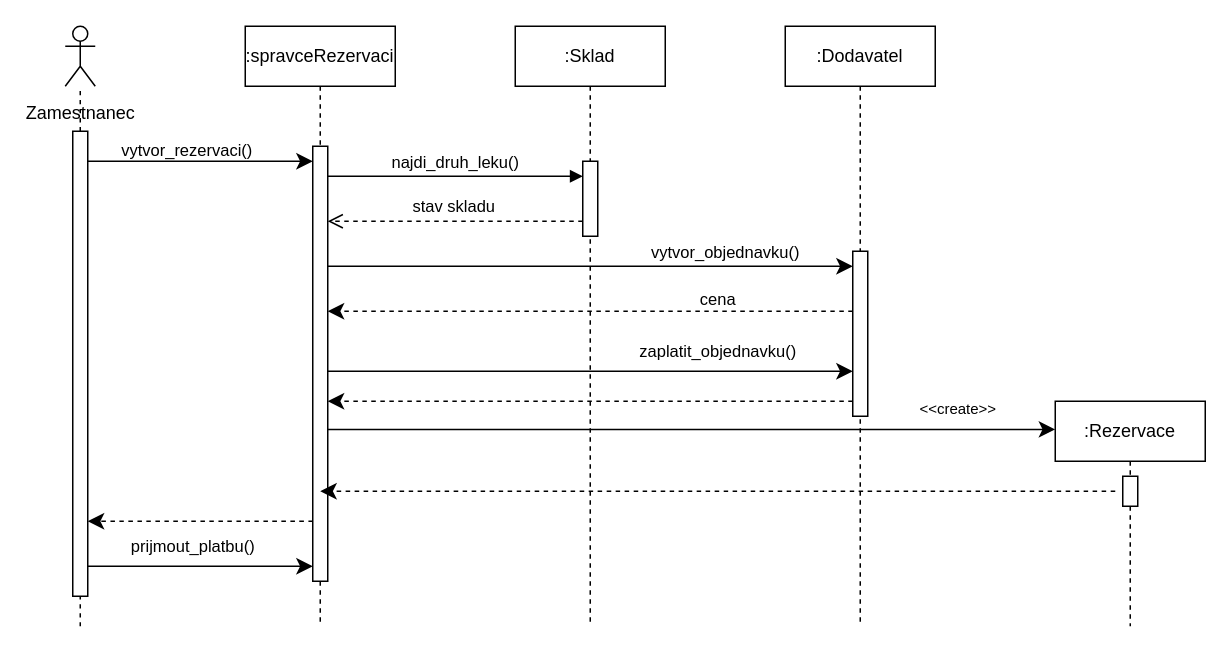
Before: IUS projekt sequence.drawio in tada66/IUS-projekt, a draw.io diagram. Source tidied: cells renumbered, new cells numbered last; positions are measured from the earlier drawing's top-left corner, leaving out a move shared by most shapes. Both pictures are drawn from the tidied source at 150%, with x=0, y=0 at pixel (64, 26).
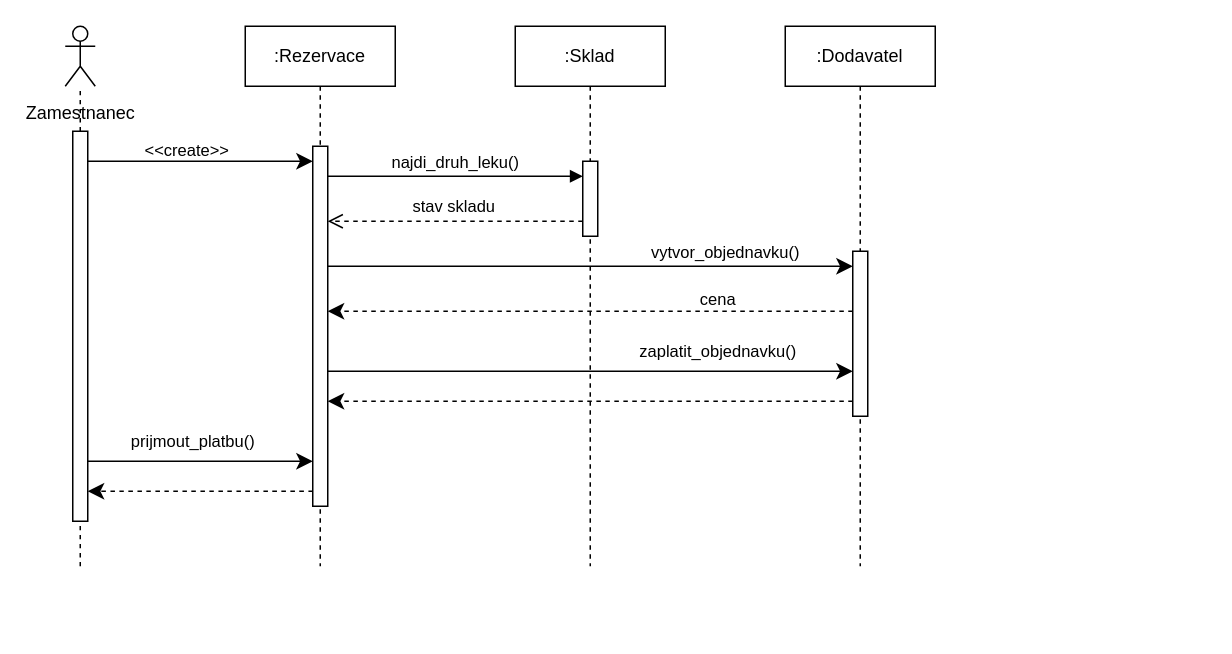
After the change.

The change refers to these unchanged cells:
```xml
<mxCell id="15" style="endArrow=classic;html=1;rounded=0;fontSize=12;startSize=8;endSize=8;curved=1;" parent="1" edge="1" target="12">
  <mxGeometry relative="1" as="geometry">
    <mxPoint x="10" y="90" as="sourcePoint" />
    <Array as="points">
      <mxPoint x="105" y="90" />
    </Array>
  </mxGeometry>
</mxCell>
```

Change to the diagram source:
```diff
@@
     <mxCell id="2" value=":Sklad" style="shape=umlLifeline;perimeter=lifelinePerimeter;whiteSpace=wrap;html=1;newEdgeStyle={&quot;edgeStyle&quot;:&quot;elbowEdgeStyle&quot;,&quot;elbow&quot;:&quot;vertical&quot;,&quot;curved&quot;:0,&quot;rounded&quot;:0};" parent="1" vertex="1">
-      <mxGeometry x="300" width="100" height="400" as="geometry" />
+      <mxGeometry x="300" width="100" height="360" as="geometry" />
     </mxCell>
@@
     <mxCell id="4" value=":Dodavatel" style="shape=umlLifeline;perimeter=lifelinePerimeter;whiteSpace=wrap;html=1;newEdgeStyle={&quot;edgeStyle&quot;:&quot;elbowEdgeStyle&quot;,&quot;elbow&quot;:&quot;vertical&quot;,&quot;curved&quot;:0,&quot;rounded&quot;:0};" parent="1" vertex="1">
-      <mxGeometry x="480" width="100" height="400" as="geometry" />
+      <mxGeometry x="480" width="100" height="360" as="geometry" />
     </mxCell>
@@
-    <mxCell id="11" value=":spravceRezervaci" style="shape=umlLifeline;perimeter=lifelinePerimeter;whiteSpace=wrap;html=1;newEdgeStyle={&quot;edgeStyle&quot;:&quot;elbowEdgeStyle&quot;,&quot;elbow&quot;:&quot;vertical&quot;,&quot;curved&quot;:0,&quot;rounded&quot;:0};" parent="1" vertex="1">
-      <mxGeometry x="120" width="100" height="400" as="geometry" />
+    <mxCell id="11" value=":Rezervace" style="shape=umlLifeline;perimeter=lifelinePerimeter;whiteSpace=wrap;html=1;newEdgeStyle={&quot;edgeStyle&quot;:&quot;elbowEdgeStyle&quot;,&quot;elbow&quot;:&quot;vertical&quot;,&quot;curved&quot;:0,&quot;rounded&quot;:0};" parent="1" vertex="1">
+      <mxGeometry x="120" width="100" height="360" as="geometry" />
     </mxCell>
     <mxCell id="12" style="html=1;points=[];perimeter=orthogonalPerimeter;outlineConnect=0;targetShapes=umlLifeline;portConstraint=eastwest;newEdgeStyle={&quot;edgeStyle&quot;:&quot;elbowEdgeStyle&quot;,&quot;elbow&quot;:&quot;vertical&quot;,&quot;curved&quot;:0,&quot;rounded&quot;:0};" parent="11" vertex="1">
-      <mxGeometry x="45" y="80" width="10" height="290" as="geometry" />
+      <mxGeometry x="45" y="80" width="10" height="240" as="geometry" />
     </mxCell>
-    <mxCell id="13" value=":Rezervace" style="shape=umlLifeline;perimeter=lifelinePerimeter;whiteSpace=wrap;html=1;outlineConnect=0;portConstraint=eastwest;newEdgeStyle={&quot;edgeStyle&quot;:&quot;elbowEdgeStyle&quot;,&quot;elbow&quot;:&quot;vertical&quot;,&quot;curved&quot;:0,&quot;rounded&quot;:0};" parent="1" vertex="1">
-      <mxGeometry x="660" y="250" width="100" height="150" as="geometry" />
-    </mxCell>
-    <mxCell id="14" style="html=1;perimeter=orthogonalPerimeter;targetShapes=umlLifeline;newEdgeStyle={&quot;edgeStyle&quot;:&quot;elbowEdgeStyle&quot;,&quot;elbow&quot;:&quot;vertical&quot;,&quot;curved&quot;:0,&quot;rounded&quot;:0};" parent="13" vertex="1">
-      <mxGeometry x="45" y="50" width="10" height="20" as="geometry" />
-    </mxCell>
@@
-    <mxCell id="16" value="&lt;font style=&quot;font-size: 11px;&quot;&gt;vytvor_rezervaci()&lt;/font&gt;" style="edgeLabel;html=1;align=center;verticalAlign=middle;fontSize=16;labelBackgroundColor=none;" parent="15" vertex="1">
+    <mxCell id="16" value="&lt;font style=&quot;font-size: 11px;&quot;&gt;&amp;lt;&amp;lt;create&amp;gt;&amp;gt;&lt;/font&gt;" style="edgeLabel;html=1;align=center;verticalAlign=middle;fontSize=16;labelBackgroundColor=none;" parent="15" vertex="1">
       <mxGeometry x="-0.19" relative="1" as="geometry">
         <mxPoint x="7" y="-10" as="offset" />
       </mxGeometry>
     </mxCell>
@@
-    <mxCell id="19" style="endArrow=classic;html=1;rounded=0;fontSize=12;startSize=8;endSize=8;curved=1;entryX=0;entryY=0.125;entryDx=0;entryDy=0;entryPerimeter=0;" parent="1" edge="1" source="12" target="13">
-      <mxGeometry relative="1" as="geometry" />
-    </mxCell>
-    <mxCell id="20" value="&amp;lt;&amp;lt;create&amp;gt;&amp;gt;" style="text;html=1;align=center;verticalAlign=middle;strokeColor=none;fillColor=none;fontSize=10;" parent="1" vertex="1">
-      <mxGeometry x="560" y="240" width="70" height="30" as="geometry" />
-    </mxCell>
-    <mxCell id="21" style="endArrow=classic;html=1;rounded=0;fontSize=12;startSize=8;endSize=8;curved=1;dashed=1;" parent="1" edge="1">
-      <mxGeometry relative="1" as="geometry">
-        <mxPoint x="700" y="310" as="sourcePoint" />
-        <mxPoint x="170" y="310" as="targetPoint" />
-        <Array as="points">
-          <mxPoint x="255" y="310" />
-        </Array>
-      </mxGeometry>
-    </mxCell>
     <mxCell id="22" style="endArrow=classic;html=1;rounded=0;fontSize=12;startSize=8;endSize=8;curved=1;dashed=1;" parent="1" edge="1">
       <mxGeometry relative="1" as="geometry">
-        <mxPoint x="165" y="330" as="sourcePoint" />
-        <mxPoint x="15" y="330" as="targetPoint" />
+        <mxPoint x="165" y="310" as="sourcePoint" />
+        <mxPoint x="15" y="310" as="targetPoint" />
       </mxGeometry>
     </mxCell>
     <mxCell id="23" style="endArrow=none;dashed=1;html=1;rounded=0;fontSize=12;startSize=8;endSize=8;curved=1;" parent="1" edge="1" target="24">
       <mxGeometry relative="1" as="geometry">
-        <mxPoint x="10" y="400" as="sourcePoint" />
+        <mxPoint x="10" y="360" as="sourcePoint" />
       </mxGeometry>
     </mxCell>
     <mxCell id="24" style="html=1;points=[];perimeter=orthogonalPerimeter;outlineConnect=0;targetShapes=umlLifeline;portConstraint=eastwest;newEdgeStyle={&quot;edgeStyle&quot;:&quot;elbowEdgeStyle&quot;,&quot;elbow&quot;:&quot;vertical&quot;,&quot;curved&quot;:0,&quot;rounded&quot;:0};" parent="1" vertex="1">
-      <mxGeometry x="5" y="70" width="10" height="310" as="geometry" />
+      <mxGeometry x="5" y="70" width="10" height="260" as="geometry" />
     </mxCell>
@@
     <mxCell id="27" style="endArrow=classic;html=1;rounded=0;fontSize=12;startSize=8;endSize=8;curved=1;" parent="1" edge="1">
       <mxGeometry relative="1" as="geometry">
-        <mxPoint x="15" y="360" as="sourcePoint" />
-        <mxPoint x="165" y="360" as="targetPoint" />
+        <mxPoint x="15" y="290" as="sourcePoint" />
+        <mxPoint x="165" y="290" as="targetPoint" />
         <Array as="points">
-          <mxPoint x="100" y="360" />
+          <mxPoint x="100" y="290" />
         </Array>
       </mxGeometry>
     </mxCell>
     <mxCell id="28" value="&lt;font style=&quot;font-size: 11px;&quot;&gt;prijmout_platbu()&lt;/font&gt;" style="text;html=1;align=center;verticalAlign=middle;strokeColor=none;fillColor=none;fontSize=16;" parent="1" vertex="1">
-      <mxGeometry x="30" y="330" width="110" height="30" as="geometry" />
+      <mxGeometry x="30" y="260" width="110" height="30" as="geometry" />
     </mxCell>
```
